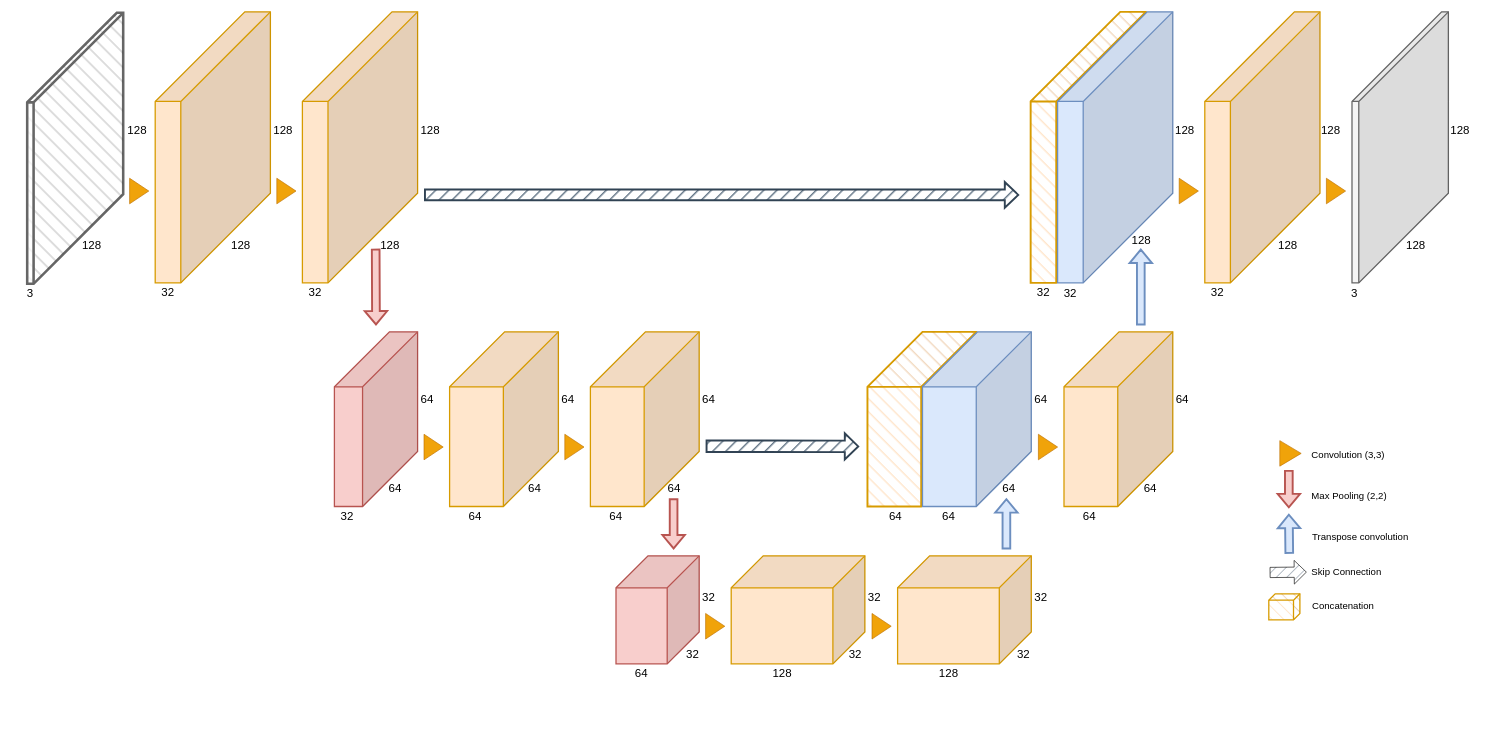
Before: res/Unet.drawio in lmartinez2001/Resources, a draw.io diagram. Source tidied: cells renumbered, new cells numbered last; positions are measured from the earlier drawing's top-left corner, leaving out a move shared by most shapes. Both pictures are drawn from the tidied source at 64%, with x=0, y=0 at pixel (11, 12).
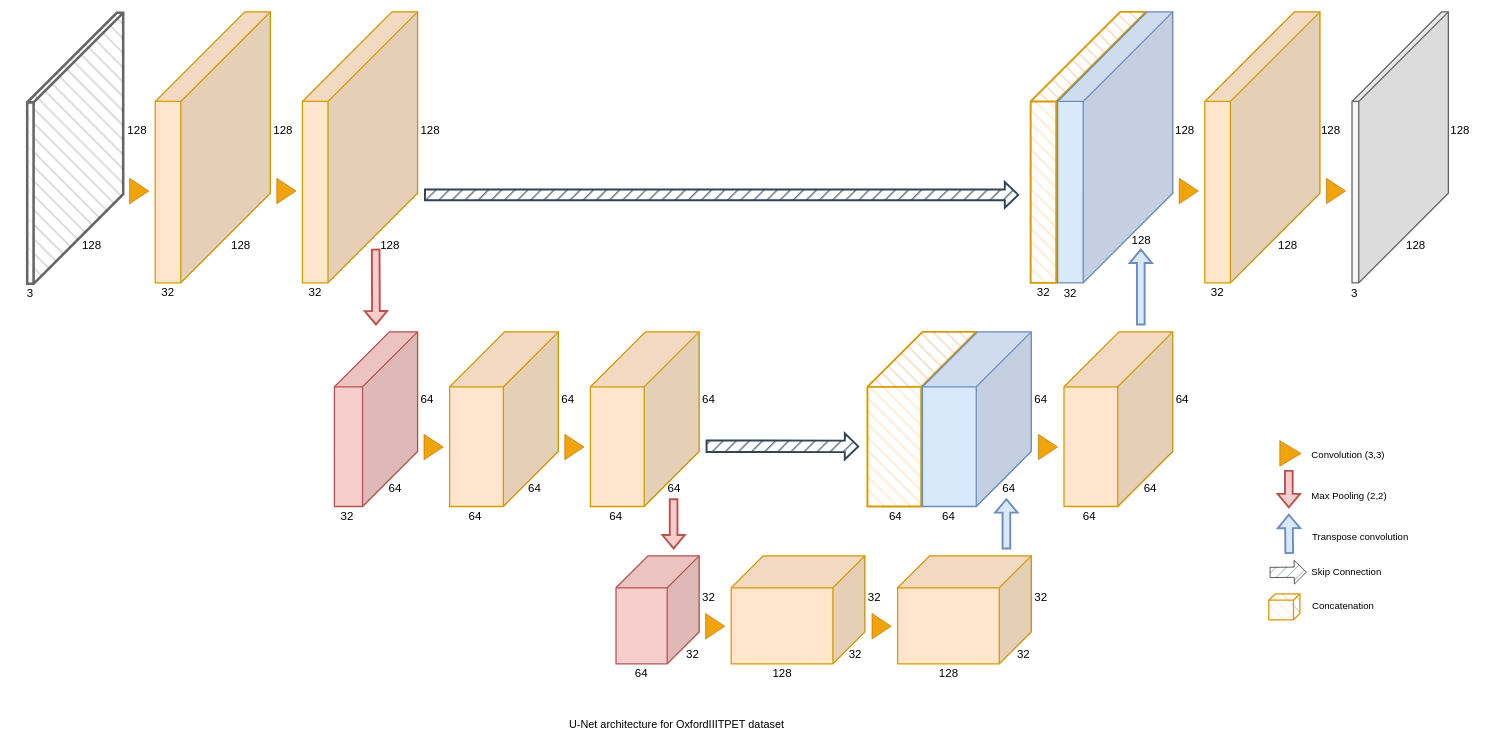
The same page after the edit.

Commit message (it also covers changes not shown here):
Added title to Unet diagram

What changed in the source:
```diff
@@
+    <mxCell id="88" value="U-Net architecture for OxfordIIITPET dataset" style="text;html=1;strokeColor=none;fillColor=none;align=center;verticalAlign=middle;whiteSpace=wrap;rounded=0;fontSize=17;" parent="1" vertex="1">
+      <mxGeometry x="845" y="1100" width="390" height="30" as="geometry" />
+    </mxCell>
```
